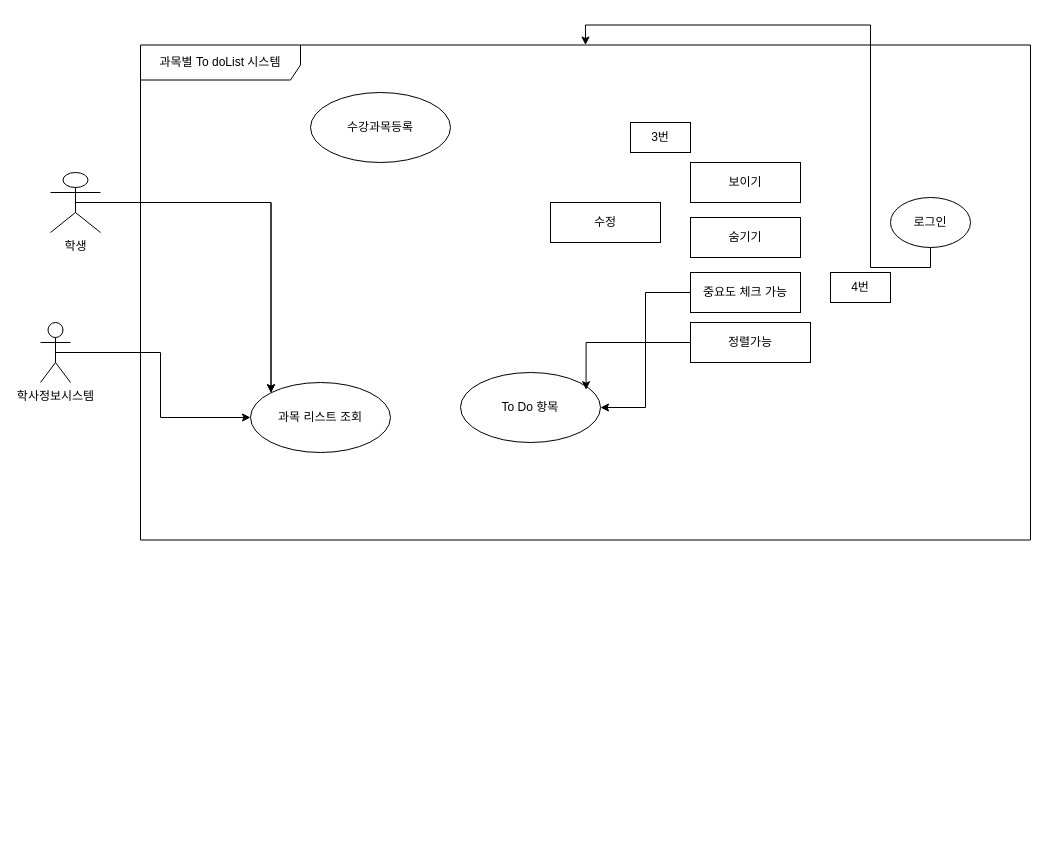
This is doc/02_RA/Team4/대학생을 위한 To do List 관리_진선.drawio from eunbi-kim/24_2_W_SeProj, a draw.io file, before an edit. Source tidied: cells renumbered, new cells numbered last; positions are measured from the earlier drawing's top-left corner, leaving out a move shared by most shapes. Both pictures are drawn from the tidied source at 100%, with x=0, y=0 at pixel (40, 44).
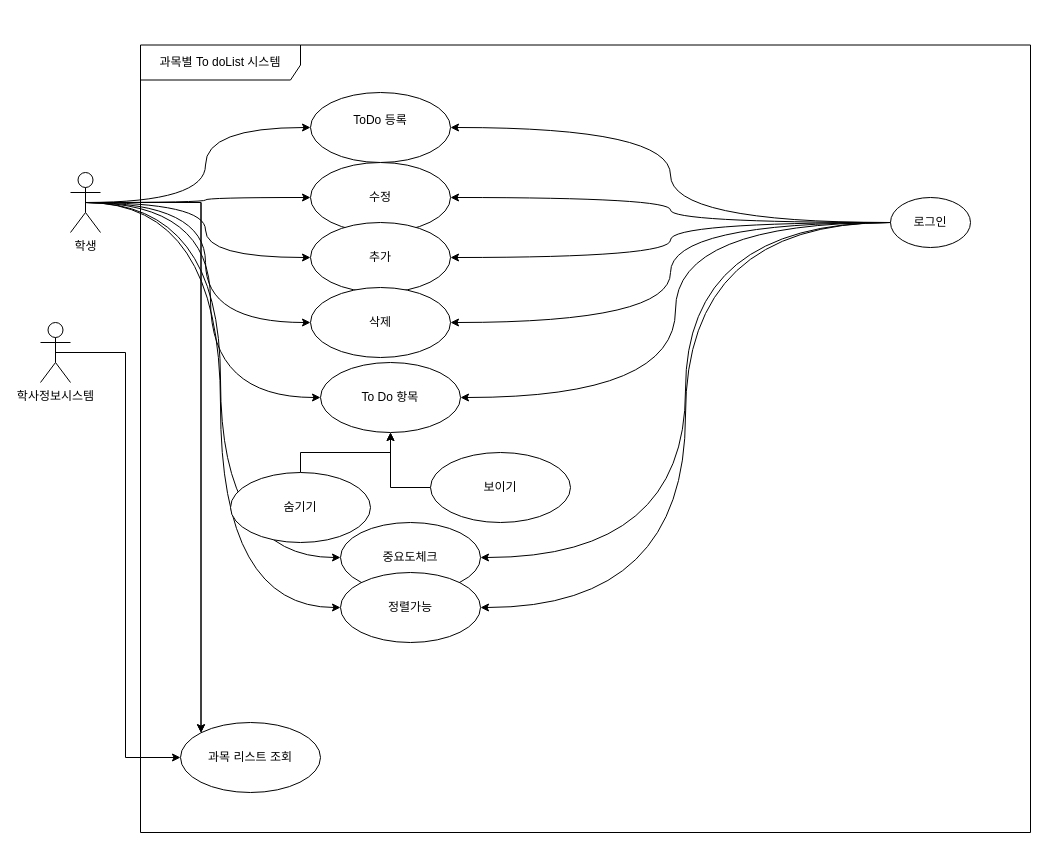
After the change.

Commit message:
대학생을 위한 To do List 관리_진선.drawio 업데이트

Unchanged cells that the change refers to:
```xml
<mxCell id="14" value="로그인" style="ellipse;whiteSpace=wrap;html=1;strokeColor=default;align=center;verticalAlign=middle;fontFamily=Helvetica;fontSize=12;fontColor=default;fillColor=default;" parent="1" vertex="1">
  <mxGeometry x="850" y="153" width="80" height="50" as="geometry" />
</mxCell>
```

Change to the diagram source:
```diff
@@
+    <mxCell id="22" style="edgeStyle=orthogonalEdgeStyle;rounded=0;jettySize=auto;html=1;exitX=0.5;exitY=0.5;exitDx=0;exitDy=0;exitPerimeter=0;entryX=0;entryY=0.5;entryDx=0;entryDy=0;curved=1;" parent="1" edge="1" source="4" target="7">
+      <mxGeometry relative="1" as="geometry" />
+    </mxCell>
+    <mxCell id="23" style="edgeStyle=orthogonalEdgeStyle;rounded=0;jettySize=auto;html=1;exitX=0.5;exitY=0.5;exitDx=0;exitDy=0;exitPerimeter=0;curved=1;" parent="1" edge="1" source="4" target="10">
+      <mxGeometry relative="1" as="geometry" />
+    </mxCell>
+    <mxCell id="24" style="edgeStyle=orthogonalEdgeStyle;rounded=0;jettySize=auto;html=1;exitX=0.5;exitY=0.5;exitDx=0;exitDy=0;exitPerimeter=0;entryX=0;entryY=0.5;entryDx=0;entryDy=0;curved=1;" parent="1" edge="1" source="4" target="39">
+      <mxGeometry relative="1" as="geometry" />
+    </mxCell>
+    <mxCell id="25" style="edgeStyle=orthogonalEdgeStyle;rounded=0;jettySize=auto;html=1;exitX=0.5;exitY=0.5;exitDx=0;exitDy=0;exitPerimeter=0;entryX=0;entryY=0.5;entryDx=0;entryDy=0;curved=1;" parent="1" edge="1" source="4" target="40">
+      <mxGeometry relative="1" as="geometry" />
+    </mxCell>
+    <mxCell id="26" style="edgeStyle=orthogonalEdgeStyle;rounded=0;jettySize=auto;html=1;exitX=0.5;exitY=0.5;exitDx=0;exitDy=0;exitPerimeter=0;entryX=0;entryY=0.5;entryDx=0;entryDy=0;curved=1;" parent="1" edge="1" source="4" target="18">
+      <mxGeometry relative="1" as="geometry" />
+    </mxCell>
+    <mxCell id="27" style="edgeStyle=orthogonalEdgeStyle;rounded=0;jettySize=auto;html=1;exitX=0.5;exitY=0.5;exitDx=0;exitDy=0;exitPerimeter=0;entryX=0;entryY=0.5;entryDx=0;entryDy=0;curved=1;" parent="1" edge="1" source="4" target="38">
+      <mxGeometry relative="1" as="geometry" />
+    </mxCell>
+    <mxCell id="28" style="edgeStyle=orthogonalEdgeStyle;rounded=0;jettySize=auto;html=1;exitX=0.5;exitY=0.5;exitDx=0;exitDy=0;exitPerimeter=0;entryX=0;entryY=0.5;entryDx=0;entryDy=0;curved=1;" parent="1" edge="1" source="4" target="15">
+      <mxGeometry relative="1" as="geometry" />
+    </mxCell>
     <mxCell id="4" value="학생" style="shape=umlActor;verticalLabelPosition=bottom;verticalAlign=top;html=1;outlineConnect=0;" parent="1" vertex="1">
-      <mxGeometry x="10" y="128" width="50" height="60" as="geometry" />
+      <mxGeometry x="30" y="128" width="30" height="60" as="geometry" />
     </mxCell>
@@
-    <mxCell id="7" value="수강과목등록" style="ellipse;whiteSpace=wrap;html=1;strokeColor=default;align=center;verticalAlign=middle;fontFamily=Helvetica;fontSize=12;fontColor=default;fillColor=default;" parent="1" vertex="1">
+    <mxCell id="7" value="ToDo 등록&lt;div&gt;&lt;br&gt;&lt;/div&gt;" style="ellipse;whiteSpace=wrap;html=1;strokeColor=default;align=center;verticalAlign=middle;fontFamily=Helvetica;fontSize=12;fontColor=default;fillColor=default;" parent="1" vertex="1">
       <mxGeometry x="270" y="48" width="140" height="70" as="geometry" />
     </mxCell>
-    <mxCell id="8" value="숨기기" style="html=1;whiteSpace=wrap;strokeColor=default;" parent="1" vertex="1">
-      <mxGeometry x="650" y="173" width="110" height="40" as="geometry" />
-    </mxCell>
-    <mxCell id="9" value="보이기" style="html=1;whiteSpace=wrap;" parent="1" vertex="1">
-      <mxGeometry x="650" y="118" width="110" height="40" as="geometry" />
-    </mxCell>
-    <mxCell id="10" value="수정" style="html=1;whiteSpace=wrap;" parent="1" vertex="1">
-      <mxGeometry x="510" y="158" width="110" height="40" as="geometry" />
-    </mxCell>
-    <mxCell id="11" style="edgeStyle=orthogonalEdgeStyle;rounded=0;jettySize=auto;html=1;exitX=0;exitY=0.5;exitDx=0;exitDy=0;entryX=1;entryY=0.5;entryDx=0;entryDy=0;" parent="1" edge="1" source="12" target="18">
-      <mxGeometry relative="1" as="geometry" />
-    </mxCell>
-    <mxCell id="12" value="중요도 체크 가능" style="html=1;whiteSpace=wrap;" parent="1" vertex="1">
-      <mxGeometry x="650" y="228" width="110" height="40" as="geometry" />
-    </mxCell>
-    <mxCell id="13" style="edgeStyle=orthogonalEdgeStyle;rounded=0;jettySize=auto;html=1;" parent="1" edge="1" source="14" target="20">
-      <mxGeometry relative="1" as="geometry" />
-    </mxCell>
+    <mxCell id="29" style="edgeStyle=orthogonalEdgeStyle;rounded=0;jettySize=auto;html=1;exitX=0;exitY=0.5;exitDx=0;exitDy=0;entryX=1;entryY=0.5;entryDx=0;entryDy=0;curved=1;" parent="1" edge="1" source="14" target="7">
+      <mxGeometry relative="1" as="geometry" />
+    </mxCell>
+    <mxCell id="30" style="edgeStyle=orthogonalEdgeStyle;rounded=0;jettySize=auto;html=1;exitX=0;exitY=0.5;exitDx=0;exitDy=0;curved=1;" parent="1" edge="1" source="14" target="10">
+      <mxGeometry relative="1" as="geometry" />
+    </mxCell>
+    <mxCell id="31" style="edgeStyle=orthogonalEdgeStyle;rounded=0;jettySize=auto;html=1;exitX=0;exitY=0.5;exitDx=0;exitDy=0;curved=1;" parent="1" edge="1" source="14" target="39">
+      <mxGeometry relative="1" as="geometry" />
+    </mxCell>
+    <mxCell id="32" style="edgeStyle=orthogonalEdgeStyle;rounded=0;jettySize=auto;html=1;exitX=0;exitY=0.5;exitDx=0;exitDy=0;entryX=1;entryY=0.5;entryDx=0;entryDy=0;curved=1;" parent="1" edge="1" source="14" target="40">
+      <mxGeometry relative="1" as="geometry" />
+    </mxCell>
+    <mxCell id="33" style="edgeStyle=orthogonalEdgeStyle;rounded=0;jettySize=auto;html=1;exitX=0;exitY=0.5;exitDx=0;exitDy=0;entryX=1;entryY=0.5;entryDx=0;entryDy=0;curved=1;" parent="1" edge="1" source="14" target="38">
+      <mxGeometry relative="1" as="geometry" />
+    </mxCell>
+    <mxCell id="34" style="edgeStyle=orthogonalEdgeStyle;rounded=0;jettySize=auto;html=1;exitX=0;exitY=0.5;exitDx=0;exitDy=0;entryX=1;entryY=0.5;entryDx=0;entryDy=0;curved=1;" parent="1" edge="1" source="14" target="15">
+      <mxGeometry relative="1" as="geometry" />
+    </mxCell>
+    <mxCell id="35" style="edgeStyle=orthogonalEdgeStyle;rounded=0;jettySize=auto;html=1;exitX=0;exitY=0.5;exitDx=0;exitDy=0;entryX=1;entryY=0.5;entryDx=0;entryDy=0;curved=1;" parent="1" edge="1" source="14" target="18">
+      <mxGeometry relative="1" as="geometry" />
+    </mxCell>
@@
-    <mxCell id="15" value="정렬가능" style="html=1;whiteSpace=wrap;" parent="1" vertex="1">
-      <mxGeometry x="650" y="278" width="120" height="40" as="geometry" />
-    </mxCell>
-    <mxCell id="16" value="3번" style="html=1;whiteSpace=wrap;" parent="1" vertex="1">
-      <mxGeometry x="590" y="78" width="60" height="30" as="geometry" />
-    </mxCell>
-    <mxCell id="17" value="4번" style="html=1;whiteSpace=wrap;" parent="1" vertex="1">
-      <mxGeometry x="790" y="228" width="60" height="30" as="geometry" />
-    </mxCell>
     <mxCell id="18" value="To Do 항목" style="ellipse;whiteSpace=wrap;html=1;strokeColor=default;align=center;verticalAlign=middle;fontFamily=Helvetica;fontSize=12;fontColor=default;fillColor=default;" parent="1" vertex="1">
-      <mxGeometry x="420" y="328" width="140" height="70" as="geometry" />
+      <mxGeometry x="280" y="318" width="140" height="70" as="geometry" />
     </mxCell>
-    <mxCell id="19" style="edgeStyle=orthogonalEdgeStyle;rounded=0;jettySize=auto;html=1;exitX=0;exitY=0.5;exitDx=0;exitDy=0;entryX=0.897;entryY=0.246;entryDx=0;entryDy=0;entryPerimeter=0;" parent="1" edge="1" source="15" target="18">
-      <mxGeometry relative="1" as="geometry" />
-    </mxCell>
     <mxCell id="20" value="과목별 To doList 시스템" style="shape=umlFrame;whiteSpace=wrap;html=1;width=160;height=35;" parent="1" vertex="1">
-      <mxGeometry x="100" y="0.5" width="890" height="495" as="geometry" />
+      <mxGeometry x="100" y="0.5" width="890" height="787.5" as="geometry" />
     </mxCell>
     <mxCell id="21" value="과목 리스트 조회" style="ellipse;whiteSpace=wrap;html=1;strokeColor=default;align=center;verticalAlign=middle;fontFamily=Helvetica;fontSize=12;fontColor=default;fillColor=default;" parent="1" vertex="1">
-      <mxGeometry x="210" y="338" width="140" height="70" as="geometry" />
+      <mxGeometry x="140" y="678" width="140" height="70" as="geometry" />
     </mxCell>
+    <mxCell id="10" value="수정" style="ellipse;whiteSpace=wrap;html=1;" parent="1" vertex="1">
+      <mxGeometry x="270" y="118" width="140" height="70" as="geometry" />
+    </mxCell>
+    <mxCell id="36" style="edgeStyle=orthogonalEdgeStyle;rounded=0;jettySize=auto;html=1;exitX=0;exitY=0.5;exitDx=0;exitDy=0;" parent="1" edge="1" source="9" target="18">
+      <mxGeometry relative="1" as="geometry" />
+    </mxCell>
+    <mxCell id="9" value="보이기" style="ellipse;whiteSpace=wrap;html=1;" parent="1" vertex="1">
+      <mxGeometry x="390" y="408" width="140" height="70" as="geometry" />
+    </mxCell>
+    <mxCell id="37" style="edgeStyle=orthogonalEdgeStyle;rounded=0;jettySize=auto;html=1;exitX=0.5;exitY=0;exitDx=0;exitDy=0;entryX=0.5;entryY=1;entryDx=0;entryDy=0;" parent="1" edge="1" source="8" target="18">
+      <mxGeometry relative="1" as="geometry" />
+    </mxCell>
+    <mxCell id="8" value="숨기기" style="ellipse;whiteSpace=wrap;html=1;" parent="1" vertex="1">
+      <mxGeometry x="190" y="428" width="140" height="70" as="geometry" />
+    </mxCell>
+    <mxCell id="38" value="중요도체크" style="ellipse;whiteSpace=wrap;html=1;" parent="1" vertex="1">
+      <mxGeometry x="300" y="478" width="140" height="70" as="geometry" />
+    </mxCell>
+    <mxCell id="15" value="정렬가능" style="ellipse;whiteSpace=wrap;html=1;" parent="1" vertex="1">
+      <mxGeometry x="300" y="528" width="140" height="70" as="geometry" />
+    </mxCell>
+    <mxCell id="39" value="추가" style="ellipse;whiteSpace=wrap;html=1;" parent="1" vertex="1">
+      <mxGeometry x="270" y="178" width="140" height="70" as="geometry" />
+    </mxCell>
+    <mxCell id="40" value="삭제" style="ellipse;whiteSpace=wrap;html=1;" parent="1" vertex="1">
+      <mxGeometry x="270" y="243" width="140" height="70" as="geometry" />
+    </mxCell>
```
